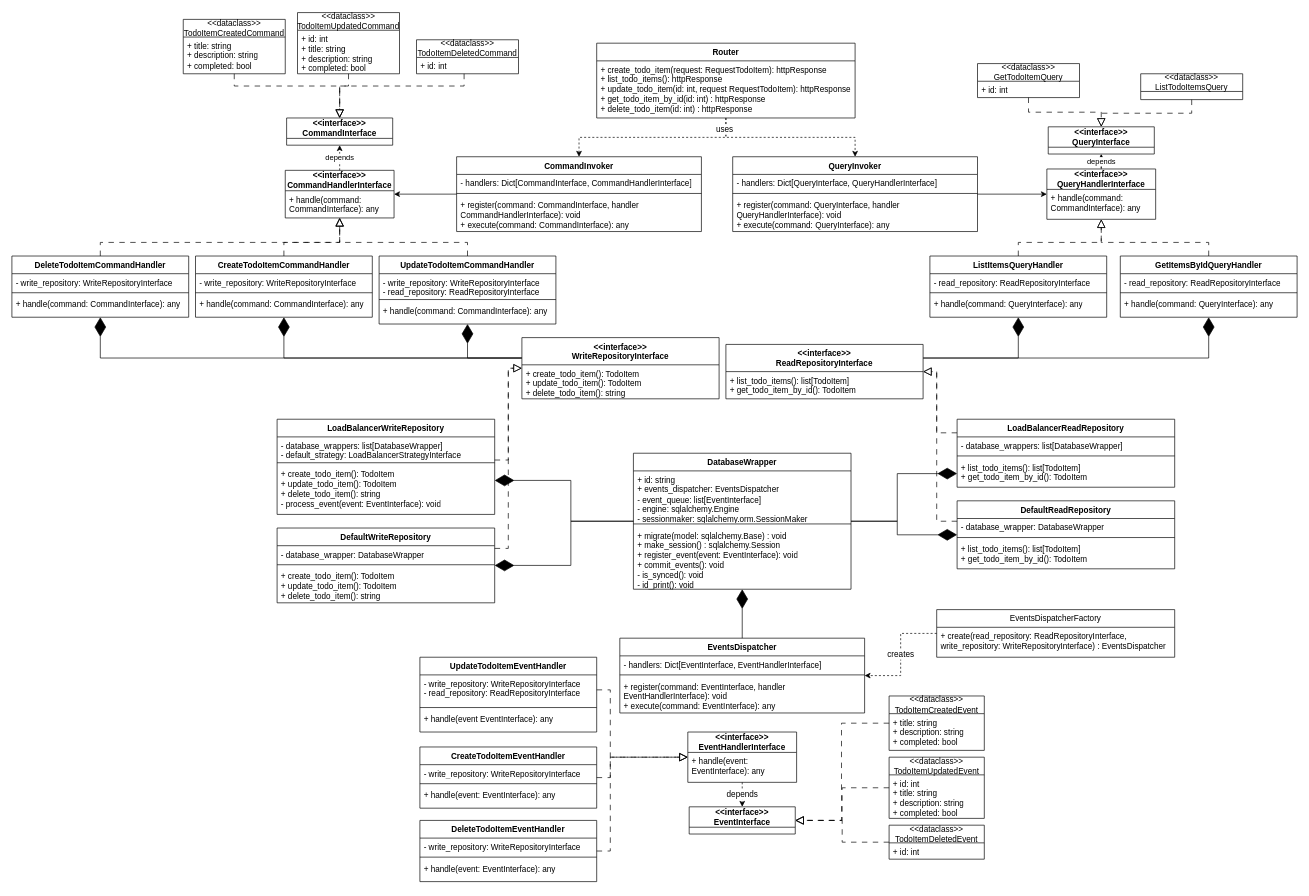
Above: Untitled Diagram.drawio in corey888773/django-orm-software-load-balancer (draw.io), before the change. Source tidied: cells renumbered, new cells numbered last; positions are measured from the earlier drawing's top-left corner, leaving out a move shared by most shapes. Both pictures are drawn from the tidied source at 68%, with x=0, y=0 at pixel (12, 12).
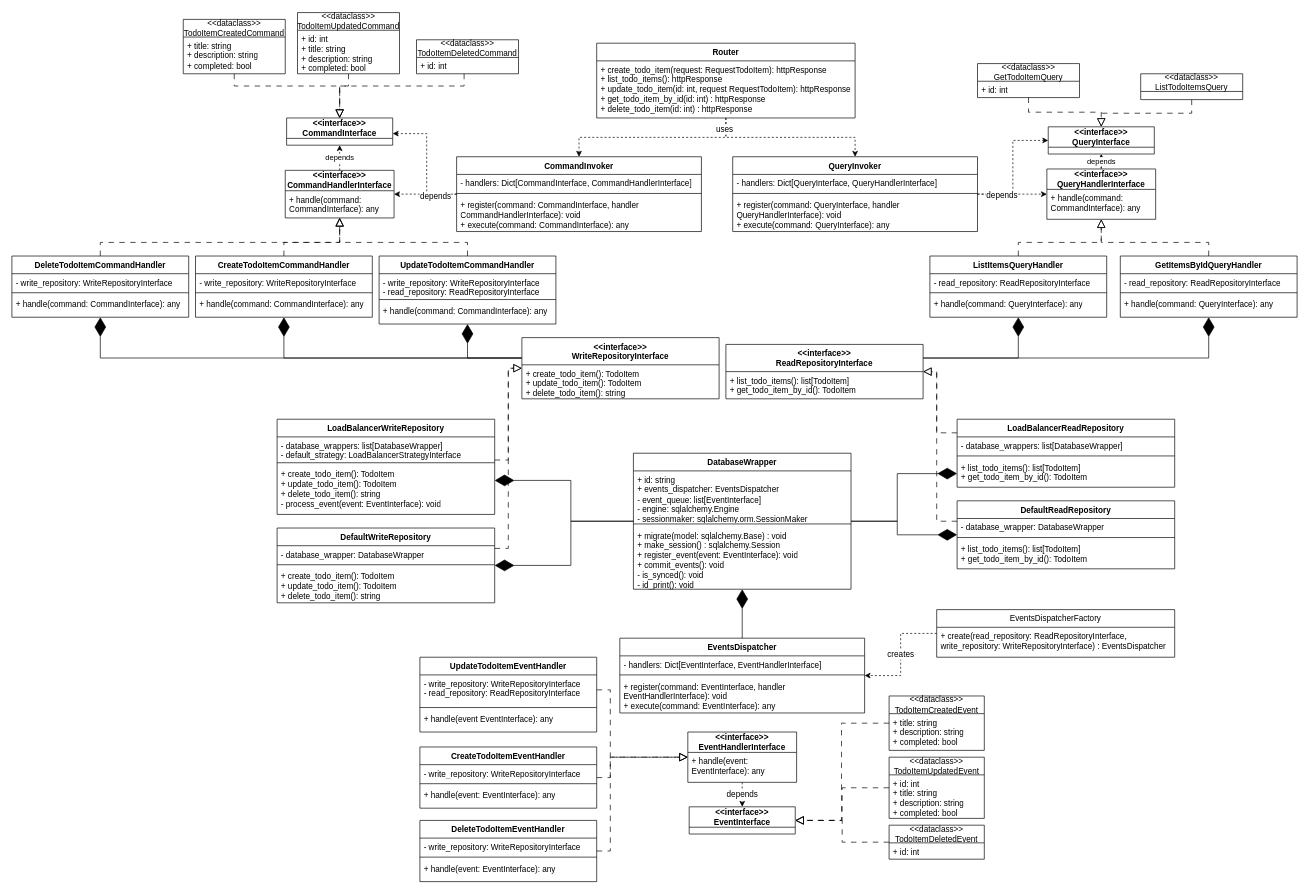
Above is the later version.

The change refers to these unchanged cells:
```xml
<mxCell id="9" value="CommandInvoker" style="swimlane;fontStyle=1;align=center;verticalAlign=top;horizontal=1;startSize=26;whiteSpace=wrap;html=1;" parent="1" vertex="1">
  <mxGeometry x="654" y="212" width="360" height="110" as="geometry" />
</mxCell>
<mxCell id="14" value="&lt;b&gt;&amp;lt;&amp;lt;interface&amp;gt;&amp;gt;&lt;br&gt;CommandHandlerInterface&lt;/b&gt;" style="swimlane;fontStyle=0;horizontal=1;startSize=30;fillColor=none;whiteSpace=wrap;html=1;" parent="1" vertex="1">
  <mxGeometry x="402" y="232" width="160" height="70" as="geometry" />
</mxCell>
<mxCell id="47" value="QueryInvoker" style="swimlane;fontStyle=1;align=center;verticalAlign=top;horizontal=1;startSize=26;whiteSpace=wrap;html=1;" parent="1" vertex="1">
  <mxGeometry x="1060" y="212" width="360" height="110" as="geometry" />
</mxCell>
<mxCell id="52" value="&lt;b&gt;&amp;lt;&amp;lt;interface&amp;gt;&amp;gt;&lt;br&gt;QueryHandlerInterface&lt;/b&gt;" style="swimlane;fontStyle=0;horizontal=1;startSize=30;fillColor=none;whiteSpace=wrap;html=1;" parent="1" vertex="1">
  <mxGeometry x="1522" y="230" width="160" height="74" as="geometry" />
</mxCell>
<mxCell id="133" value="&lt;b&gt;&amp;lt;&amp;lt;interface&amp;gt;&amp;gt;&lt;br&gt;QueryInterface&lt;/b&gt;" style="swimlane;fontStyle=0;horizontal=1;startSize=30;fillColor=none;whiteSpace=wrap;html=1;" parent="1" vertex="1">
  <mxGeometry x="1524" y="168" width="156" height="40" as="geometry" />
</mxCell>
<mxCell id="134" value="&lt;b&gt;&amp;lt;&amp;lt;interface&amp;gt;&amp;gt;&lt;br&gt;CommandInterface&lt;/b&gt;" style="swimlane;fontStyle=0;horizontal=1;startSize=30;fillColor=none;whiteSpace=wrap;html=1;" parent="1" vertex="1">
  <mxGeometry x="404" y="155" width="156" height="40" as="geometry" />
</mxCell>
```

Change to the diagram source:
```diff
@@
-    <mxCell id="8" style="edgeStyle=orthogonalEdgeStyle;rounded=0;jettySize=auto;html=1;fontFamily=Helvetica;fontSize=12;fontColor=default;startSize=26;" parent="1" edge="1" source="9" target="14">
+    <mxCell id="8" style="edgeStyle=orthogonalEdgeStyle;rounded=0;jettySize=auto;html=1;fontFamily=Helvetica;fontSize=12;fontColor=default;startSize=26;dashed=1;" parent="1" edge="1" source="9" target="14">
       <mxGeometry relative="1" as="geometry" />
     </mxCell>
+    <mxCell id="138" style="edgeStyle=orthogonalEdgeStyle;rounded=0;jettySize=auto;html=1;fontFamily=Helvetica;fontSize=12;fontColor=default;startSize=26;dashed=1;" parent="1" edge="1" source="9" target="134">
+      <mxGeometry relative="1" as="geometry">
+        <Array as="points">
+          <mxPoint x="610" y="267" />
+          <mxPoint x="610" y="178" />
+        </Array>
+      </mxGeometry>
+    </mxCell>
+    <mxCell id="139" value="depends" style="edgeLabel;html=1;align=center;verticalAlign=middle;fontSize=12;fontFamily=Helvetica;fontColor=default;" parent="138" vertex="1">
+      <mxGeometry x="-0.65" y="3" relative="1" as="geometry" />
+    </mxCell>
@@
-    <mxCell id="46" style="edgeStyle=orthogonalEdgeStyle;rounded=0;jettySize=auto;html=1;" parent="1" edge="1" source="47" target="52">
+    <mxCell id="46" style="edgeStyle=orthogonalEdgeStyle;rounded=0;jettySize=auto;html=1;dashed=1;" parent="1" edge="1" source="47" target="52">
       <mxGeometry relative="1" as="geometry" />
     </mxCell>
+    <mxCell id="140" style="edgeStyle=orthogonalEdgeStyle;rounded=0;jettySize=auto;html=1;entryX=0;entryY=0.5;entryDx=0;entryDy=0;fontFamily=Helvetica;fontSize=12;fontColor=default;startSize=26;dashed=1;" parent="1" edge="1" source="47" target="133">
+      <mxGeometry relative="1" as="geometry" />
+    </mxCell>
+    <mxCell id="141" value="depends" style="edgeLabel;html=1;align=center;verticalAlign=middle;fontSize=12;fontFamily=Helvetica;fontColor=default;" parent="140" vertex="1">
+      <mxGeometry x="-0.62" y="-1" relative="1" as="geometry" />
+    </mxCell>
```
